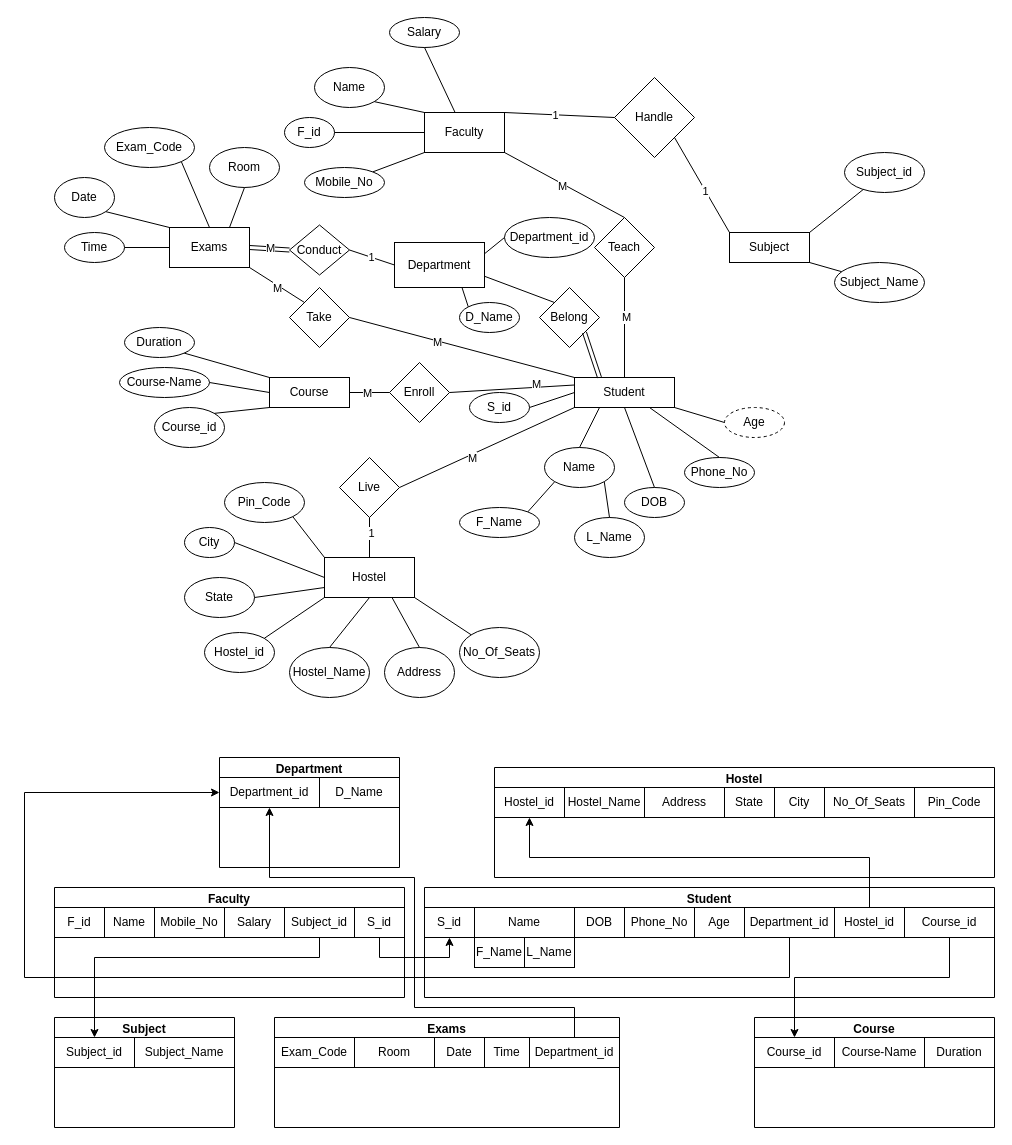
The draw.io diagram CollegeERD.drawio in HaroonAlQasmi/DataBaseLeaning, before the edit. Source tidied: cells renumbered, new cells numbered last; positions are measured from the earlier drawing's top-left corner, leaving out a move shared by most shapes. Both pictures are drawn from the tidied source at 100%, with x=0, y=0 at pixel (24, 17).
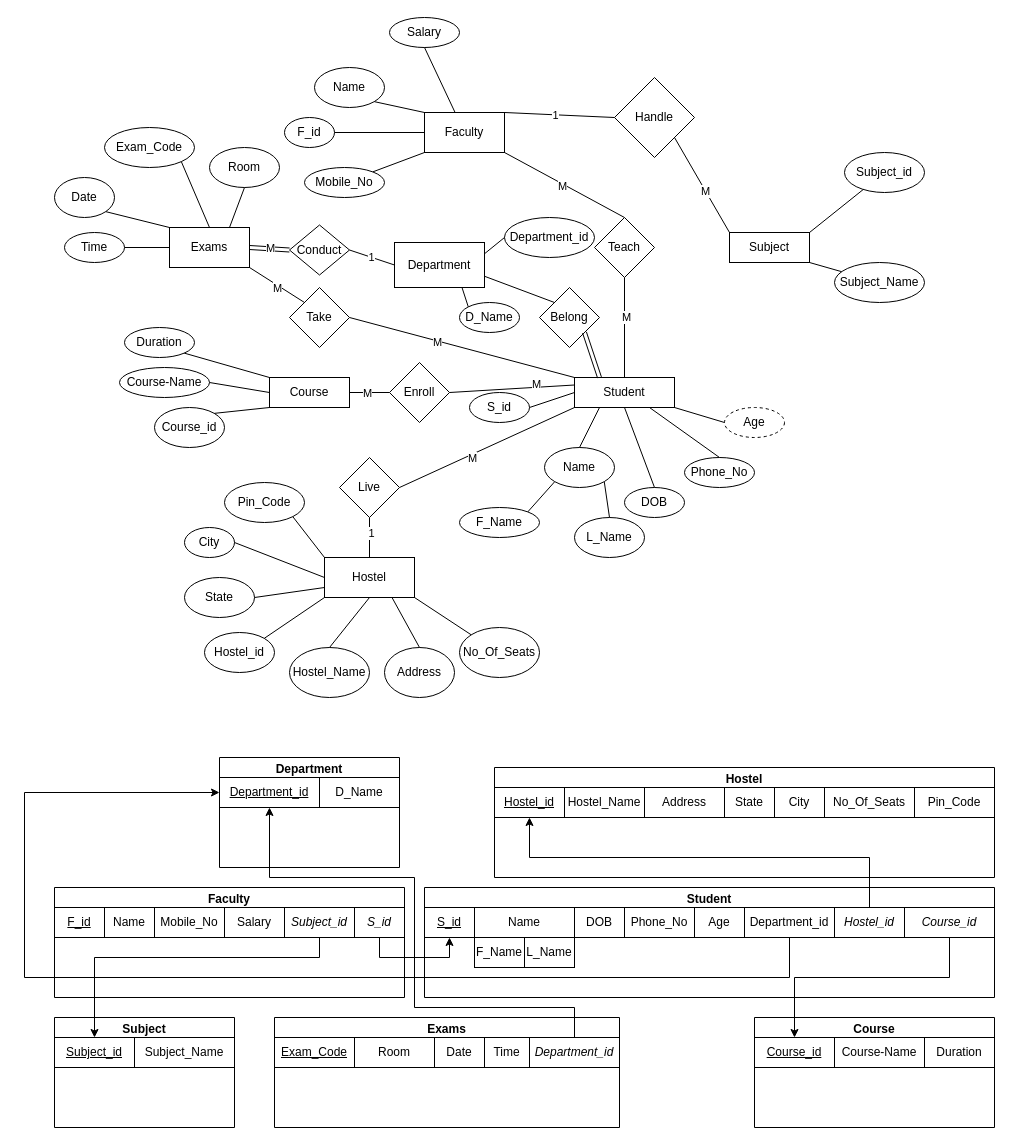
Above is the later version.

Commit message (it also covers changes not shown here):
Added a training Database

Unchanged cells that the change refers to:
```xml
<mxCell id="86" style="endArrow=none;html=1;rounded=0;entryX=1;entryY=1;entryDx=0;entryDy=0;exitX=0;exitY=0;exitDx=0;exitDy=0;" parent="1" edge="1" source="62" target="14">
  <mxGeometry relative="1" as="geometry" />
</mxCell>
<mxCell id="101" value="Faculty" style="swimlane;whiteSpace=wrap;html=1;" parent="1" vertex="1">
  <mxGeometry x="30" y="870" width="350" height="110" as="geometry" />
</mxCell>
<mxCell id="108" value="Student" style="swimlane;whiteSpace=wrap;html=1;" parent="1" vertex="1">
  <mxGeometry x="400" y="870" width="570" height="110" as="geometry" />
</mxCell>
<mxCell id="119" value="Department" style="swimlane;whiteSpace=wrap;html=1;" parent="1" vertex="1">
  <mxGeometry x="195" y="740" width="180" height="110" as="geometry" />
</mxCell>
<mxCell id="122" value="Course" style="swimlane;whiteSpace=wrap;html=1;" parent="1" vertex="1">
  <mxGeometry x="730" y="1000" width="240" height="110" as="geometry" />
</mxCell>
<mxCell id="126" value="Subject" style="swimlane;whiteSpace=wrap;html=1;" parent="1" vertex="1">
  <mxGeometry x="30" y="1000" width="180" height="110" as="geometry" />
</mxCell>
<mxCell id="129" value="Exams" style="swimlane;whiteSpace=wrap;html=1;" parent="1" vertex="1">
  <mxGeometry x="250" y="1000" width="345" height="110" as="geometry" />
</mxCell>
<mxCell id="135" value="Hostel" style="swimlane;whiteSpace=wrap;html=1;" parent="1" vertex="1">
  <mxGeometry x="470" y="750" width="500" height="110" as="geometry" />
</mxCell>
```

Change to the diagram source:
```diff
@@
-    <mxCell id="87" value="1" style="edgeLabel;html=1;align=center;verticalAlign=middle;" parent="86" vertex="1">
+    <mxCell id="87" value="M" style="edgeLabel;html=1;align=center;verticalAlign=middle;" parent="86" vertex="1">
       <mxGeometry x="-0.12" relative="1" as="geometry" />
     </mxCell>
@@
-    <mxCell id="102" value="F_id" style="rounded=0;whiteSpace=wrap;html=1;" parent="101" vertex="1">
+    <mxCell id="102" value="&lt;u&gt;F_id&lt;/u&gt;" style="rounded=0;whiteSpace=wrap;html=1;" parent="101" vertex="1">
       <mxGeometry y="20" width="50" height="30" as="geometry" />
     </mxCell>
@@
-    <mxCell id="106" value="Subject_id" style="rounded=0;whiteSpace=wrap;html=1;" parent="101" vertex="1">
+    <mxCell id="106" value="&lt;i&gt;Subject_id&lt;/i&gt;" style="rounded=0;whiteSpace=wrap;html=1;" parent="101" vertex="1">
       <mxGeometry x="230" y="20" width="70" height="30" as="geometry" />
     </mxCell>
-    <mxCell id="107" value="S_id" style="rounded=0;whiteSpace=wrap;html=1;" parent="101" vertex="1">
+    <mxCell id="107" value="&lt;i&gt;S_id&lt;/i&gt;" style="rounded=0;whiteSpace=wrap;html=1;" parent="101" vertex="1">
       <mxGeometry x="300" y="20" width="50" height="30" as="geometry" />
     </mxCell>
@@
-    <mxCell id="109" value="S_id" style="rounded=0;whiteSpace=wrap;html=1;" parent="108" vertex="1">
+    <mxCell id="109" value="&lt;u&gt;S_id&lt;/u&gt;" style="rounded=0;whiteSpace=wrap;html=1;" parent="108" vertex="1">
       <mxGeometry y="20" width="50" height="30" as="geometry" />
     </mxCell>
@@
-    <mxCell id="117" value="Hostel_id" style="rounded=0;whiteSpace=wrap;html=1;" parent="108" vertex="1">
+    <mxCell id="117" value="&lt;i&gt;Hostel_id&lt;/i&gt;" style="rounded=0;whiteSpace=wrap;html=1;" parent="108" vertex="1">
       <mxGeometry x="410" y="20" width="70" height="30" as="geometry" />
     </mxCell>
-    <mxCell id="118" value="Course_id" style="rounded=0;whiteSpace=wrap;html=1;" parent="108" vertex="1">
+    <mxCell id="118" value="&lt;i&gt;Course_id&lt;/i&gt;" style="rounded=0;whiteSpace=wrap;html=1;" parent="108" vertex="1">
       <mxGeometry x="480" y="20" width="90" height="30" as="geometry" />
     </mxCell>
@@
-    <mxCell id="120" value="Department_id" style="rounded=0;whiteSpace=wrap;html=1;" parent="119" vertex="1">
+    <mxCell id="120" value="&lt;u&gt;Department_id&lt;/u&gt;" style="rounded=0;whiteSpace=wrap;html=1;" parent="119" vertex="1">
       <mxGeometry y="20" width="100" height="30" as="geometry" />
     </mxCell>
@@
-    <mxCell id="123" value="Course_id" style="rounded=0;whiteSpace=wrap;html=1;" parent="122" vertex="1">
+    <mxCell id="123" value="&lt;u&gt;Course_id&lt;/u&gt;" style="rounded=0;whiteSpace=wrap;html=1;" parent="122" vertex="1">
       <mxGeometry y="20" width="80" height="30" as="geometry" />
     </mxCell>
@@
-    <mxCell id="127" value="Subject_id" style="rounded=0;whiteSpace=wrap;html=1;" parent="126" vertex="1">
+    <mxCell id="127" value="&lt;u&gt;Subject_id&lt;/u&gt;" style="rounded=0;whiteSpace=wrap;html=1;" parent="126" vertex="1">
       <mxGeometry y="20" width="80" height="30" as="geometry" />
     </mxCell>
@@
-    <mxCell id="130" value="Exam_Code" style="rounded=0;whiteSpace=wrap;html=1;" parent="129" vertex="1">
+    <mxCell id="130" value="&lt;u&gt;Exam_Code&lt;/u&gt;" style="rounded=0;whiteSpace=wrap;html=1;" parent="129" vertex="1">
       <mxGeometry y="20" width="80" height="30" as="geometry" />
     </mxCell>
@@
-    <mxCell id="134" value="Department_id" style="rounded=0;whiteSpace=wrap;html=1;" parent="129" vertex="1">
+    <mxCell id="134" value="&lt;i&gt;Department_id&lt;/i&gt;" style="rounded=0;whiteSpace=wrap;html=1;" parent="129" vertex="1">
       <mxGeometry x="255" y="20" width="90" height="30" as="geometry" />
     </mxCell>
@@
-    <mxCell id="136" value="Hostel_id" style="rounded=0;whiteSpace=wrap;html=1;" parent="135" vertex="1">
+    <mxCell id="136" value="&lt;u&gt;Hostel_id&lt;/u&gt;" style="rounded=0;whiteSpace=wrap;html=1;" parent="135" vertex="1">
       <mxGeometry y="20" width="70" height="30" as="geometry" />
     </mxCell>
```
